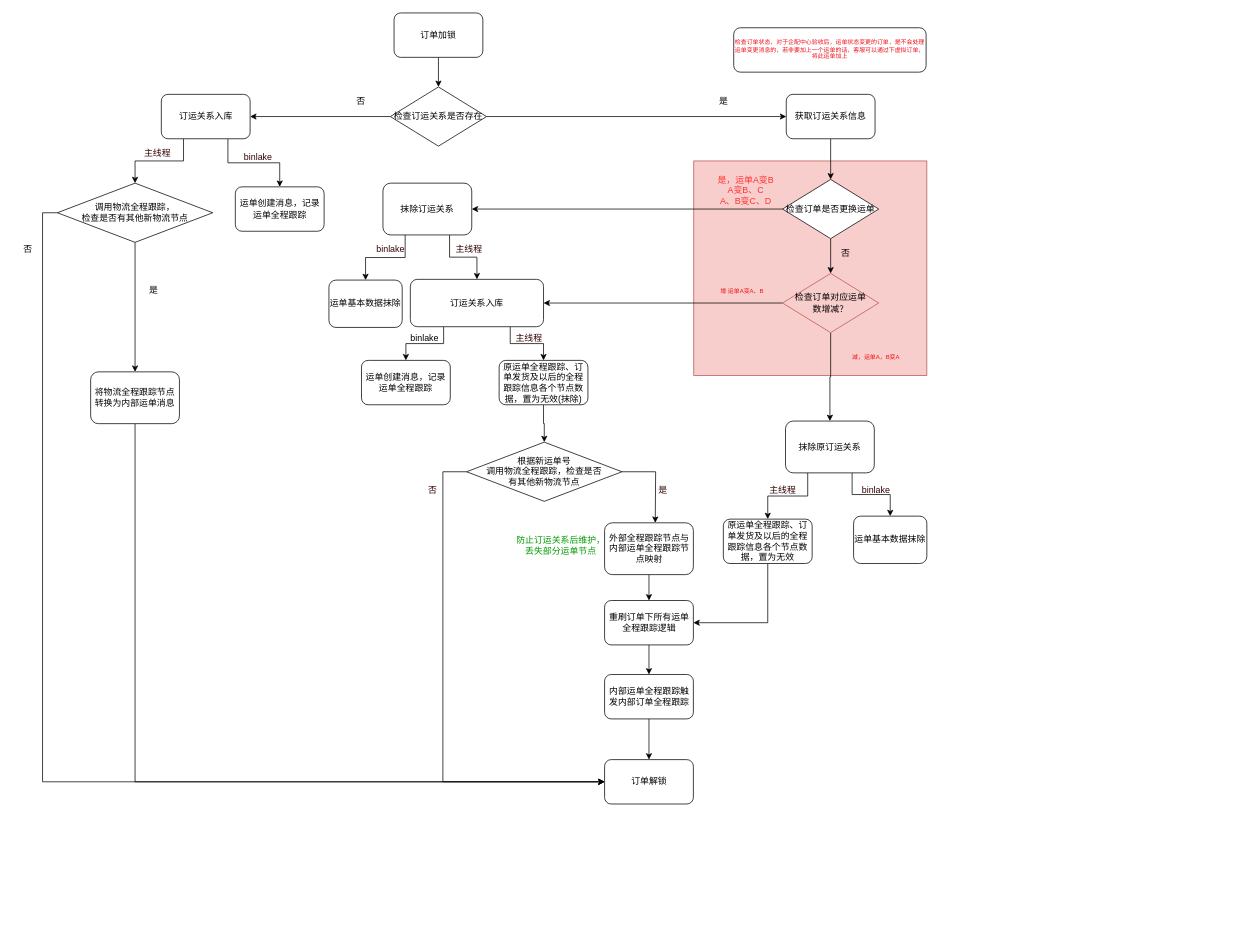
Earlier version of the draw.io diagram page "订运关系落库" (34 of 36) of Untitled Diagram.drawio (lixintao03/lixintao.github.io). Source tidied: cells renumbered, new cells numbered last; positions are measured from the earlier drawing's top-left corner, leaving out a move shared by most shapes. Both pictures are drawn from the tidied source at 74%, with x=0, y=0 at pixel (13, 13).
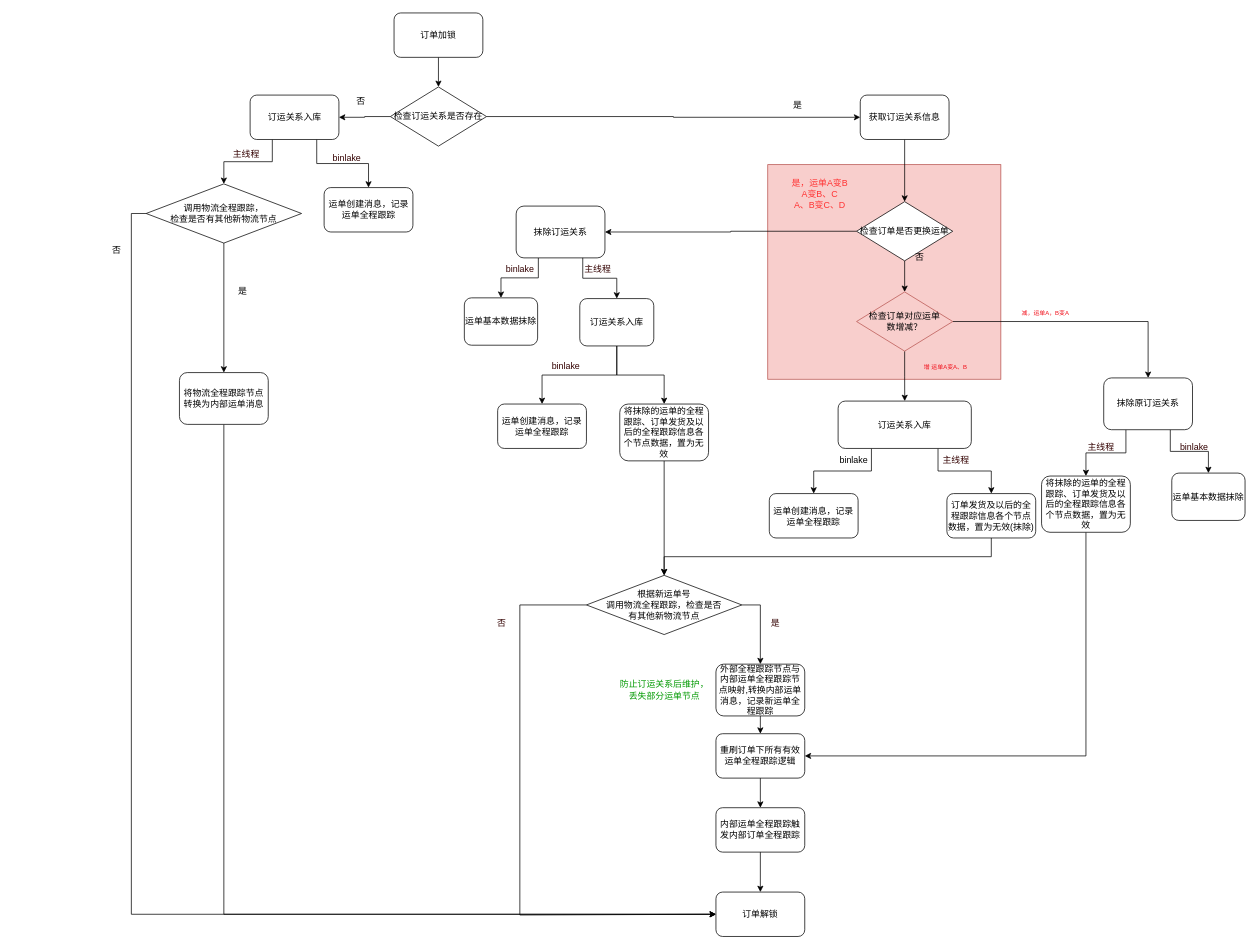
The same page after the edit.

The edit, as a diff of the source:
```diff
@@
     <mxCell id="2" style="rounded=0;whiteSpace=wrap;html=1;fillColor=#f8cecc;strokeColor=#b85450;" parent="1" vertex="1">
-      <mxGeometry x="920" y="200" width="315" height="290" as="geometry" />
+      <mxGeometry x="1020" y="205" width="315" height="290" as="geometry" />
     </mxCell>
@@
     <mxCell id="5" value="订运关系入库" style="rounded=1;whiteSpace=wrap;html=1;" parent="1" vertex="1">
-      <mxGeometry x="200.5" y="110" width="120" height="60" as="geometry" />
+      <mxGeometry x="320.5" y="111" width="120" height="60" as="geometry" />
     </mxCell>
@@
-    <mxCell id="11" value="外部全程跟踪节点与内部运单全程跟踪节点映射" style="rounded=1;whiteSpace=wrap;html=1;" parent="1" vertex="1">
-      <mxGeometry x="799.5" y="689" width="120" height="70" as="geometry" />
+    <mxCell id="11" value="外部全程跟踪节点与内部运单全程跟踪节点映射,转换内部运单消息，记录新运单全程跟踪" style="rounded=1;whiteSpace=wrap;html=1;" parent="1" vertex="1">
+      <mxGeometry x="950" y="880" width="120" height="70" as="geometry" />
     </mxCell>
@@
-    <mxCell id="13" value="重刷订单下所有运单全程跟踪逻辑" style="rounded=1;whiteSpace=wrap;html=1;" parent="1" vertex="1">
-      <mxGeometry x="799.5" y="794" width="120" height="60" as="geometry" />
+    <mxCell id="13" value="重刷订单下所有有效运单全程跟踪逻辑" style="rounded=1;whiteSpace=wrap;html=1;" parent="1" vertex="1">
+      <mxGeometry x="950" y="974" width="120" height="60" as="geometry" />
     </mxCell>
@@
     <mxCell id="15" value="获取订运关系信息" style="rounded=1;whiteSpace=wrap;html=1;" parent="1" vertex="1">
-      <mxGeometry x="1045" y="110" width="120" height="60" as="geometry" />
+      <mxGeometry x="1145" y="111" width="120" height="60" as="geometry" />
     </mxCell>
@@
     <mxCell id="18" value="检查订单是否更换运单" style="rhombus;whiteSpace=wrap;html=1;" parent="1" vertex="1">
-      <mxGeometry x="1040" y="225" width="130" height="80" as="geometry" />
+      <mxGeometry x="1140" y="255" width="130" height="80" as="geometry" />
     </mxCell>
-    <mxCell id="19" style="edgeStyle=orthogonalEdgeStyle;rounded=0;jettySize=auto;html=1;exitX=0.75;exitY=1;exitDx=0;exitDy=0;entryX=0.5;entryY=0;entryDx=0;entryDy=0;" parent="1" edge="1" source="21" target="45">
-      <mxGeometry relative="1" as="geometry" />
-    </mxCell>
@@
     <mxCell id="21" value="抹除订运关系" style="rounded=1;whiteSpace=wrap;html=1;" parent="1" vertex="1">
-      <mxGeometry x="500" y="230" width="120" height="70" as="geometry" />
+      <mxGeometry x="680" y="261" width="120" height="70" as="geometry" />
     </mxCell>
     <mxCell id="22" value="是" style="text;html=1;align=center;verticalAlign=middle;strokeColor=none;fillColor=none;" parent="1" vertex="1">
-      <mxGeometry x="940" y="105" width="40" height="30" as="geometry" />
+      <mxGeometry x="1040" y="110" width="40" height="30" as="geometry" />
     </mxCell>
     <mxCell id="23" value="否" style="text;html=1;align=center;verticalAlign=middle;strokeColor=none;fillColor=none;" parent="1" vertex="1">
-      <mxGeometry x="1105" y="310" width="40" height="30" as="geometry" />
+      <mxGeometry x="1205" y="315" width="40" height="30" as="geometry" />
     </mxCell>
+    <mxCell id="25" style="edgeStyle=orthogonalEdgeStyle;rounded=0;jettySize=auto;html=1;exitX=1;exitY=0.5;exitDx=0;exitDy=0;entryX=0.5;entryY=0;entryDx=0;entryDy=0;fontColor=#009900;" parent="1" edge="1" source="26" target="64">
+      <mxGeometry relative="1" as="geometry" />
+    </mxCell>
-    <mxCell id="24" style="edgeStyle=orthogonalEdgeStyle;rounded=0;jettySize=auto;html=1;exitX=0;exitY=0.5;exitDx=0;exitDy=0;entryX=1;entryY=0.5;entryDx=0;entryDy=0;fontColor=#330000;" parent="1" edge="1" source="26" target="45">
+    <mxCell id="24" style="edgeStyle=orthogonalEdgeStyle;rounded=0;jettySize=auto;html=1;exitX=0.5;exitY=1;exitDx=0;exitDy=0;entryX=0.5;entryY=0;entryDx=0;entryDy=0;fontColor=#009900;" parent="1" edge="1" source="26" target="45">
       <mxGeometry relative="1" as="geometry" />
     </mxCell>
-    <mxCell id="25" style="edgeStyle=orthogonalEdgeStyle;rounded=0;jettySize=auto;html=1;exitX=0.5;exitY=1;exitDx=0;exitDy=0;entryX=0.5;entryY=0;entryDx=0;entryDy=0;fontColor=#330000;" parent="1" edge="1" source="26" target="64">
-      <mxGeometry relative="1" as="geometry" />
-    </mxCell>
     <mxCell id="26" value="检查订单对应运单&lt;br&gt;数增减？" style="rhombus;whiteSpace=wrap;html=1;fillColor=#f8cecc;strokeColor=#b85450;" parent="1" vertex="1">
-      <mxGeometry x="1040" y="352" width="130" height="80" as="geometry" />
+      <mxGeometry x="1140" y="377" width="130" height="80" as="geometry" />
     </mxCell>
     <mxCell id="27" style="edgeStyle=orthogonalEdgeStyle;rounded=0;jettySize=auto;html=1;exitX=0;exitY=0.5;exitDx=0;exitDy=0;entryX=0;entryY=0.5;entryDx=0;entryDy=0;" parent="1" edge="1" source="49" target="34">
       <mxGeometry relative="1" as="geometry">
         <Array as="points">
-          <mxPoint x="581" y="620" />
-          <mxPoint x="581" y="1039" />
+          <mxPoint x="685" y="800" />
+          <mxPoint x="685" y="1219" />
         </Array>
       </mxGeometry>
     </mxCell>
     <mxCell id="28" value="运单创建消息，记录运单全程跟踪" style="rounded=1;whiteSpace=wrap;html=1;" parent="1" vertex="1">
-      <mxGeometry x="300.5" y="235" width="120" height="60" as="geometry" />
+      <mxGeometry x="420.5" y="236" width="120" height="60" as="geometry" />
     </mxCell>
     <mxCell id="29" value="运单创建消息，记录运单全程跟踪" style="rounded=1;whiteSpace=wrap;html=1;" parent="1" vertex="1">
-      <mxGeometry x="471" y="469.5" width="120" height="60" as="geometry" />
+      <mxGeometry x="1022.1" y="649.5" width="120" height="60" as="geometry" />
     </mxCell>
@@
     <mxCell id="31" value="将物流全程跟踪节点转换为内部运单消息" style="rounded=1;whiteSpace=wrap;html=1;" parent="1" vertex="1">
-      <mxGeometry x="105" y="485" width="120" height="70" as="geometry" />
+      <mxGeometry x="225" y="486" width="120" height="70" as="geometry" />
     </mxCell>
@@
     <mxCell id="34" value="订单解锁" style="rounded=1;whiteSpace=wrap;html=1;" parent="1" vertex="1">
-      <mxGeometry x="799.5" y="1009" width="120" height="60" as="geometry" />
+      <mxGeometry x="950" y="1188" width="120" height="60" as="geometry" />
     </mxCell>
     <mxCell id="35" value="增 运单A变A、B" style="text;html=1;align=center;verticalAlign=middle;strokeColor=none;fillColor=none;fontSize=8;fontColor=#f00a15;" parent="1" vertex="1">
-      <mxGeometry x="930" y="361" width="110" height="30" as="geometry" />
+      <mxGeometry x="1205" y="463.2" width="110" height="30" as="geometry" />
     </mxCell>
     <mxCell id="36" value="减，运单A，B变A" style="text;html=1;align=center;verticalAlign=middle;strokeColor=none;fillColor=none;fontSize=8;fontColor=#f00a15;" parent="1" vertex="1">
-      <mxGeometry x="1106" y="450" width="120" height="30" as="geometry" />
+      <mxGeometry x="1335" y="391" width="120" height="30" as="geometry" />
     </mxCell>
-    <mxCell id="37" value="检查订单状态，对于企配中心验收后，运单状态变更的订单，是不会处理运单变更消息的，若非要加上一个运单的话，客服可以通过下虚拟订单，将此运单加上" style="rounded=1;whiteSpace=wrap;html=1;fontSize=8;fontColor=#f00a15;" parent="1" vertex="1">
-      <mxGeometry x="974" y="20" width="260" height="60" as="geometry" />
-    </mxCell>
@@
     <mxCell id="40" value="调用物流全程跟踪，&lt;br&gt;检查是否有其他新物流节点" style="rhombus;whiteSpace=wrap;html=1;" parent="1" vertex="1">
-      <mxGeometry x="60" y="230" width="210" height="80" as="geometry" />
+      <mxGeometry x="180" y="231" width="210" height="80" as="geometry" />
     </mxCell>
     <mxCell id="41" value="否" style="text;html=1;align=center;verticalAlign=middle;strokeColor=none;fillColor=none;" parent="1" vertex="1">
-      <mxGeometry y="305" width="40" height="30" as="geometry" />
+      <mxGeometry x="120" y="306" width="40" height="30" as="geometry" />
     </mxCell>
     <mxCell id="42" value="是" style="text;html=1;align=center;verticalAlign=middle;strokeColor=none;fillColor=none;" parent="1" vertex="1">
-      <mxGeometry x="170" y="360" width="40" height="30" as="geometry" />
+      <mxGeometry x="290" y="361" width="40" height="30" as="geometry" />
     </mxCell>
@@
     <mxCell id="45" value="订运关系入库" style="rounded=1;whiteSpace=wrap;html=1;" parent="1" vertex="1">
-      <mxGeometry x="537" y="360" width="180" height="64" as="geometry" />
+      <mxGeometry x="1115.1" y="524.5" width="180" height="64" as="geometry" />
     </mxCell>
     <mxCell id="46" value="binlake" style="text;html=1;align=center;verticalAlign=middle;strokeColor=none;fillColor=none;" parent="1" vertex="1">
-      <mxGeometry x="526" y="425" width="60" height="30" as="geometry" />
+      <mxGeometry x="1106.1" y="588.5" width="60" height="30" as="geometry" />
     </mxCell>
     <mxCell id="47" value="是，运单A变B&lt;br&gt;A变B、C&lt;br&gt;A、B变C、D" style="text;html=1;align=center;verticalAlign=middle;strokeColor=none;fillColor=none;fontColor=#FF3333;" parent="1" vertex="1">
-      <mxGeometry x="940" y="210" width="100" height="60" as="geometry" />
+      <mxGeometry x="1040" y="215" width="100" height="60" as="geometry" />
     </mxCell>
-    <mxCell id="48" style="edgeStyle=orthogonalEdgeStyle;rounded=0;jettySize=auto;html=1;exitX=1;exitY=0.5;exitDx=0;exitDy=0;fontColor=#FF3333;entryX=0.5;entryY=0;entryDx=0;entryDy=0;" parent="1" edge="1" source="49">
-      <mxGeometry relative="1" as="geometry">
-        <mxPoint x="868" y="689" as="targetPoint" />
-      </mxGeometry>
+    <mxCell id="48" style="edgeStyle=orthogonalEdgeStyle;rounded=0;jettySize=auto;html=1;exitX=1;exitY=0.5;exitDx=0;exitDy=0;fontColor=#FF3333;entryX=0.5;entryY=0;entryDx=0;entryDy=0;" parent="1" edge="1" source="49" target="11">
+      <mxGeometry relative="1" as="geometry" />
     </mxCell>
     <mxCell id="49" value="根据新运单号&lt;br&gt;调用物流全程跟踪，检查是否&lt;br&gt;有其他新物流节点" style="rhombus;whiteSpace=wrap;html=1;" parent="1" vertex="1">
-      <mxGeometry x="613" y="580" width="210" height="80" as="geometry" />
+      <mxGeometry x="775" y="760" width="210" height="80" as="geometry" />
     </mxCell>
     <mxCell id="50" value="&lt;font color=&quot;#330000&quot;&gt;否&lt;/font&gt;" style="text;html=1;align=center;verticalAlign=middle;strokeColor=none;fillColor=none;fontColor=#FF3333;" parent="1" vertex="1">
-      <mxGeometry x="547" y="630" width="40" height="30" as="geometry" />
+      <mxGeometry x="640" y="810" width="40" height="30" as="geometry" />
     </mxCell>
     <mxCell id="51" value="&lt;font color=&quot;#330000&quot;&gt;是&lt;/font&gt;" style="text;html=1;align=center;verticalAlign=middle;strokeColor=none;fillColor=none;fontColor=#FF3333;" parent="1" vertex="1">
-      <mxGeometry x="858" y="630" width="40" height="30" as="geometry" />
+      <mxGeometry x="1010" y="810" width="40" height="30" as="geometry" />
     </mxCell>
@@
     <mxCell id="53" value="内部运单全程跟踪触发内部订单全程跟踪" style="rounded=1;whiteSpace=wrap;html=1;" parent="1" vertex="1">
-      <mxGeometry x="799.5" y="894" width="120" height="60" as="geometry" />
+      <mxGeometry x="950" y="1074" width="120" height="60" as="geometry" />
     </mxCell>
@@
-    <mxCell id="55" value="原运单全程跟踪、订单发货及以后的全程跟踪信息各个节点数据，置为无效(抹除)" style="rounded=1;whiteSpace=wrap;html=1;" parent="1" vertex="1">
-      <mxGeometry x="657" y="469.5" width="120" height="60" as="geometry" />
+    <mxCell id="55" value="订单发货及以后的全程跟踪信息各个节点数据，置为无效(抹除)" style="rounded=1;whiteSpace=wrap;html=1;" parent="1" vertex="1">
+      <mxGeometry x="1262.1" y="649.5" width="120" height="60" as="geometry" />
     </mxCell>
     <mxCell id="56" value="&lt;font color=&quot;#330000&quot;&gt;binlake&lt;/font&gt;" style="text;html=1;align=center;verticalAlign=middle;strokeColor=none;fillColor=none;fontColor=#FF3333;" parent="1" vertex="1">
-      <mxGeometry x="300.5" y="180" width="60" height="30" as="geometry" />
+      <mxGeometry x="420.5" y="181" width="60" height="30" as="geometry" />
     </mxCell>
     <mxCell id="57" value="主线程" style="text;html=1;align=center;verticalAlign=middle;strokeColor=none;fillColor=none;fontColor=#330000;" parent="1" vertex="1">
-      <mxGeometry x="667" y="425" width="60" height="30" as="geometry" />
+      <mxGeometry x="1244.1" y="589.5" width="60" height="30" as="geometry" />
     </mxCell>
     <mxCell id="58" value="主线程" style="text;html=1;align=center;verticalAlign=middle;strokeColor=none;fillColor=none;fontColor=#330000;" parent="1" vertex="1">
-      <mxGeometry x="165" y="175" width="60" height="30" as="geometry" />
+      <mxGeometry x="285" y="176" width="60" height="30" as="geometry" />
     </mxCell>
     <mxCell id="59" value="运单基本数据抹除" style="rounded=1;whiteSpace=wrap;html=1;" parent="1" vertex="1">
-      <mxGeometry x="427" y="361" width="99" height="64" as="geometry" />
+      <mxGeometry x="610" y="385" width="99" height="64" as="geometry" />
     </mxCell>
     <mxCell id="60" value="binlake" style="text;html=1;align=center;verticalAlign=middle;strokeColor=none;fillColor=none;fontColor=#330000;" parent="1" vertex="1">
-      <mxGeometry x="480" y="305" width="60" height="30" as="geometry" />
+      <mxGeometry x="655" y="331" width="60" height="30" as="geometry" />
     </mxCell>
-    <mxCell id="61" value="主线程" style="text;html=1;align=center;verticalAlign=middle;strokeColor=none;fillColor=none;fontColor=#330000;" parent="1" vertex="1">
-      <mxGeometry x="586" y="305" width="60" height="30" as="geometry" />
-    </mxCell>
@@
     <mxCell id="64" value="抹除原订运关系" style="rounded=1;whiteSpace=wrap;html=1;" parent="1" vertex="1">
-      <mxGeometry x="1044" y="551.5" width="120" height="70" as="geometry" />
+      <mxGeometry x="1474" y="493.2" width="120" height="70" as="geometry" />
     </mxCell>
     <mxCell id="65" value="运单基本数据抹除" style="rounded=1;whiteSpace=wrap;html=1;" parent="1" vertex="1">
-      <mxGeometry x="1136" y="680" width="99" height="64" as="geometry" />
+      <mxGeometry x="1566" y="621.8" width="99" height="64" as="geometry" />
     </mxCell>
     <mxCell id="66" value="binlake" style="text;html=1;align=center;verticalAlign=middle;strokeColor=none;fillColor=none;fontColor=#330000;" parent="1" vertex="1">
-      <mxGeometry x="1136" y="630" width="60" height="30" as="geometry" />
+      <mxGeometry x="1566" y="571.8" width="60" height="30" as="geometry" />
     </mxCell>
     <mxCell id="67" value="主线程" style="text;html=1;align=center;verticalAlign=middle;strokeColor=none;fillColor=none;fontColor=#330000;" parent="1" vertex="1">
-      <mxGeometry x="1010" y="630" width="60" height="30" as="geometry" />
+      <mxGeometry x="1440" y="571.8" width="60" height="30" as="geometry" />
     </mxCell>
@@
-    <mxCell id="69" value="原运单全程跟踪、订单发货及以后的全程跟踪信息各个节点数据，置为无效" style="rounded=1;whiteSpace=wrap;html=1;" parent="1" vertex="1">
-      <mxGeometry x="960" y="684" width="120" height="60" as="geometry" />
+    <mxCell id="69" value="将抹除的运单的全程跟踪、订单发货及以后的全程跟踪信息各个节点数据，置为无效" style="rounded=1;whiteSpace=wrap;html=1;" parent="1" vertex="1">
+      <mxGeometry x="1390" y="625.8" width="120" height="76" as="geometry" />
     </mxCell>
     <mxCell id="70" value="&lt;font color=&quot;#009900&quot;&gt;防止订运关系后维护，&lt;br&gt;丢失部分运单节点&lt;/font&gt;" style="text;html=1;align=center;verticalAlign=middle;strokeColor=none;fillColor=none;fontColor=#330000;" parent="1" vertex="1">
-      <mxGeometry x="670" y="700" width="140" height="40" as="geometry" />
+      <mxGeometry x="810" y="895" width="140" height="40" as="geometry" />
     </mxCell>
+    <mxCell id="71" style="edgeStyle=orthogonalEdgeStyle;rounded=0;jettySize=auto;html=1;exitX=0.75;exitY=1;exitDx=0;exitDy=0;entryX=0.5;entryY=0;entryDx=0;entryDy=0;" parent="1" edge="1" source="21" target="74">
+      <mxGeometry relative="1" as="geometry" />
+    </mxCell>
+    <mxCell id="72" style="edgeStyle=orthogonalEdgeStyle;rounded=0;jettySize=auto;html=1;exitX=0.5;exitY=1;exitDx=0;exitDy=0;entryX=0.5;entryY=0;entryDx=0;entryDy=0;fontColor=#009900;" parent="1" edge="1" source="74" target="77">
+      <mxGeometry relative="1" as="geometry" />
+    </mxCell>
+    <mxCell id="73" style="edgeStyle=orthogonalEdgeStyle;rounded=0;jettySize=auto;html=1;exitX=0.5;exitY=1;exitDx=0;exitDy=0;entryX=0.5;entryY=0;entryDx=0;entryDy=0;fontColor=#009900;" parent="1" edge="1" source="74" target="76">
+      <mxGeometry relative="1" as="geometry" />
+    </mxCell>
+    <mxCell id="74" value="订运关系入库" style="rounded=1;whiteSpace=wrap;html=1;" parent="1" vertex="1">
+      <mxGeometry x="766" y="386" width="100" height="64" as="geometry" />
+    </mxCell>
+    <mxCell id="61" value="主线程" style="text;html=1;align=center;verticalAlign=middle;strokeColor=none;fillColor=none;fontColor=#330000;" parent="1" vertex="1">
+      <mxGeometry x="760" y="331" width="60" height="30" as="geometry" />
+    </mxCell>
+    <mxCell id="75" style="edgeStyle=orthogonalEdgeStyle;rounded=0;jettySize=auto;html=1;exitX=0.5;exitY=1;exitDx=0;exitDy=0;entryX=0.5;entryY=0;entryDx=0;entryDy=0;fontColor=#009900;" parent="1" edge="1" source="76" target="49">
+      <mxGeometry relative="1" as="geometry" />
+    </mxCell>
+    <mxCell id="76" value="将抹除的运单的全程跟踪、订单发货及以后的全程跟踪信息各个节点数据，置为无效" style="rounded=1;whiteSpace=wrap;html=1;" parent="1" vertex="1">
+      <mxGeometry x="820" y="528.5" width="120" height="76.8" as="geometry" />
+    </mxCell>
+    <mxCell id="77" value="运单创建消息，记录运单全程跟踪" style="rounded=1;whiteSpace=wrap;html=1;" parent="1" vertex="1">
+      <mxGeometry x="655" y="528.5" width="120" height="60" as="geometry" />
+    </mxCell>
+    <mxCell id="78" value="binlake" style="text;html=1;align=center;verticalAlign=middle;strokeColor=none;fillColor=none;fontColor=#330000;" parent="1" vertex="1">
+      <mxGeometry x="717" y="463.2" width="60" height="30" as="geometry" />
+    </mxCell>
```
